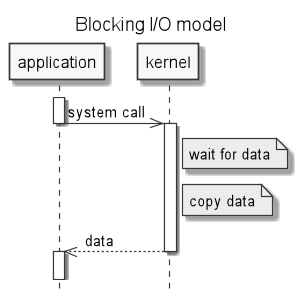
Above: .images/blocking_IO_model.png in c0p4c4b4n4/demo-sockets-io-nio-nio2 (PlantUML), before the change.
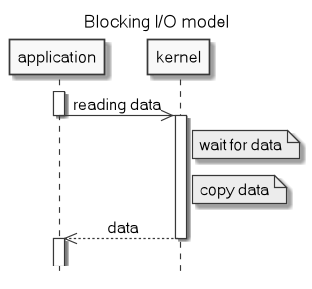
After the change.

Change to the diagram source:
```diff
@@ -2,9 +2,11 @@
 title Blocking I/O model
 hide footbox
 skinparam monochrome true
-skinparam titleFontSize 16
+skinparam defaultFontName Microsoft Sans Serif
+skinparam titleFontSize 15
+skinparam sequenceMessageAlign center
 activate application
-application->>kernel: system call
+application->>kernel: reading data
 deactivate application
 activate kernel
 Note right of kernel: wait for data
```
